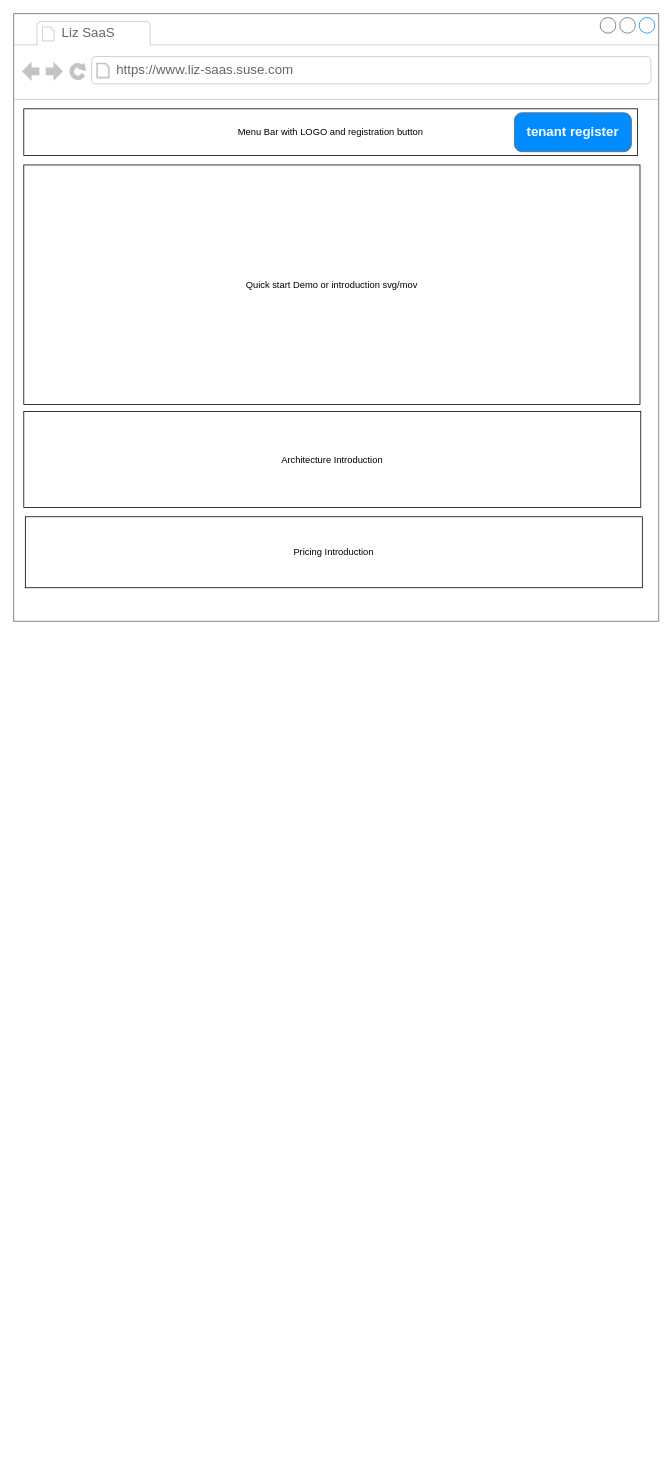
JacieChao/jacie-docs keeps this draw.io diagram as liz-ui.drawio. Above is the earlier version. Source tidied: cells renumbered, new cells numbered last; positions are measured from the earlier drawing's top-left corner, leaving out a move shared by most shapes. Both pictures are drawn from the tidied source at 78%, with x=0, y=0 at pixel (13, 13).
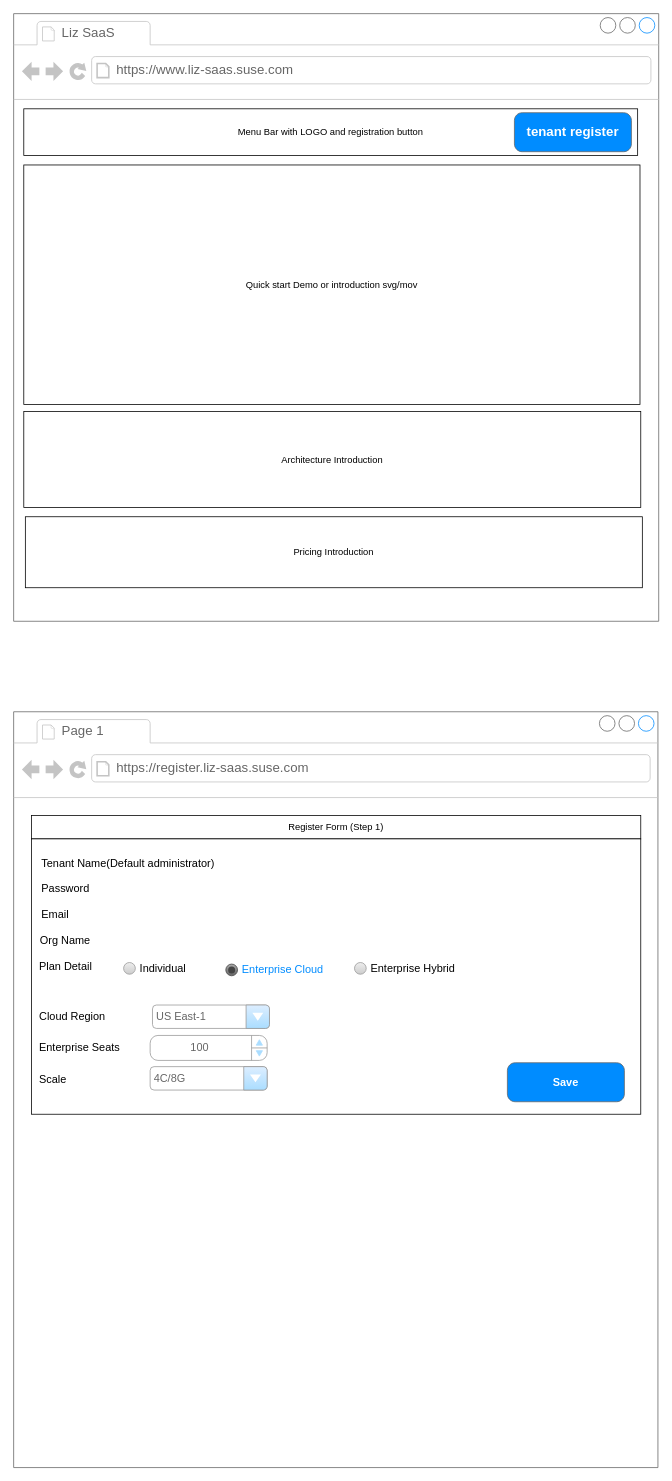
The same diagram, later.

The edit, as a diff of the source:
```diff
@@
+    <mxCell id="10" style="strokeWidth=1;shadow=0;dashed=0;align=center;html=1;shape=mxgraph.mockup.containers.browserWindow;rSize=0;strokeColor=#666666;strokeColor2=#008cff;strokeColor3=#c4c4c4;mainText=,;" parent="1" vertex="1">
+      <mxGeometry y="895" width="826" height="969" as="geometry" />
+    </mxCell>
+    <mxCell id="11" value="Page 1" style="strokeWidth=1;shadow=0;dashed=0;align=center;html=1;shape=mxgraph.mockup.containers.anchor;fontSize=17;fontColor=#666666;align=left;whiteSpace=wrap;" parent="10" vertex="1">
+      <mxGeometry x="60" y="12" width="110" height="26" as="geometry" />
+    </mxCell>
+    <mxCell id="12" value="https://register.liz-saas.suse.com" style="strokeWidth=1;shadow=0;dashed=0;align=center;html=1;shape=mxgraph.mockup.containers.anchor;rSize=0;fontSize=17;fontColor=#666666;align=left;" parent="10" vertex="1">
+      <mxGeometry x="130" y="60" width="250" height="26" as="geometry" />
+    </mxCell>
+    <mxCell id="13" style="group;" parent="10" vertex="1">
+      <mxGeometry x="23" y="133" width="781" height="383" as="geometry" />
+    </mxCell>
+    <mxCell id="14" value="Register Form (Step 1)" style="rounded=0;whiteSpace=wrap;html=1;" parent="13" vertex="1">
+      <mxGeometry width="781" height="30" as="geometry" />
+    </mxCell>
+    <mxCell id="15" style="rounded=0;whiteSpace=wrap;html=1;" parent="13" vertex="1">
+      <mxGeometry y="30" width="781" height="353" as="geometry" />
+    </mxCell>
+    <mxCell id="16" value="Tenant Name(Default administrator)" style="text;html=1;whiteSpace=wrap;strokeColor=none;fillColor=none;align=left;verticalAlign=middle;rounded=0;fontSize=14;" parent="13" vertex="1">
+      <mxGeometry x="11" y="47" width="242" height="30" as="geometry" />
+    </mxCell>
+    <mxCell id="17" value="Password" style="text;html=1;whiteSpace=wrap;strokeColor=none;fillColor=none;align=left;verticalAlign=middle;rounded=0;fontSize=14;" parent="13" vertex="1">
+      <mxGeometry x="11" y="79" width="242" height="30" as="geometry" />
+    </mxCell>
+    <mxCell id="18" value="Email" style="text;html=1;whiteSpace=wrap;strokeColor=none;fillColor=none;align=left;verticalAlign=middle;rounded=0;fontSize=14;" parent="13" vertex="1">
+      <mxGeometry x="11" y="112" width="242" height="30" as="geometry" />
+    </mxCell>
+    <mxCell id="19" value="Org Name" style="text;html=1;whiteSpace=wrap;strokeColor=none;fillColor=none;align=left;verticalAlign=middle;rounded=0;fontSize=14;" parent="13" vertex="1">
+      <mxGeometry x="9" y="145" width="242" height="30" as="geometry" />
+    </mxCell>
+    <mxCell id="20" value="Plan Detail" style="text;html=1;whiteSpace=wrap;strokeColor=none;fillColor=none;align=left;verticalAlign=middle;rounded=0;fontSize=14;" parent="13" vertex="1">
+      <mxGeometry x="8" y="178" width="242" height="30" as="geometry" />
+    </mxCell>
+    <mxCell id="21" value="Individual" style="text;strokeColor=none;align=left;verticalAlign=middle;spacingLeft=27;spacingRight=10;overflow=hidden;whiteSpace=wrap;html=1;fillColor=none;fontColor=inherit;fontSize=14;" parent="13" vertex="1">
+      <mxGeometry x="110" y="181" width="150" height="30" as="geometry" />
+    </mxCell>
+    <mxCell id="22" style="shape=ellipse;fillColor=#EEEEEE;strokeColor=#999999;gradientColor=#cccccc;html=1;" parent="21" vertex="1">
+      <mxGeometry y="0.5" width="15" height="15" relative="1" as="geometry">
+        <mxPoint x="8" y="-7.5" as="offset" />
+      </mxGeometry>
+    </mxCell>
+    <mxCell id="23" value="Enterprise Hybrid" style="text;strokeColor=none;align=left;verticalAlign=middle;spacingLeft=27;spacingRight=10;overflow=hidden;whiteSpace=wrap;html=1;fillColor=none;fontColor=inherit;fontSize=14;" parent="13" vertex="1">
+      <mxGeometry x="406" y="181" width="150" height="30" as="geometry" />
+    </mxCell>
+    <mxCell id="24" style="shape=ellipse;fillColor=#EEEEEE;strokeColor=#999999;gradientColor=#cccccc;html=1;" parent="23" vertex="1">
+      <mxGeometry y="0.5" width="15" height="15" relative="1" as="geometry">
+        <mxPoint x="8" y="-7.5" as="offset" />
+      </mxGeometry>
+    </mxCell>
+    <mxCell id="25" value="Enterprise Cloud" style="text;strokeColor=none;align=left;verticalAlign=middle;spacingLeft=27;spacingRight=10;overflow=hidden;whiteSpace=wrap;html=1;rSize=5;fillColor=none;fontColor=#008CFF;fontSize=14;" parent="13" vertex="1">
+      <mxGeometry x="241" y="183" width="150" height="30" as="geometry" />
+    </mxCell>
+    <mxCell id="26" style="shape=ellipse;fillColor=#AAAAAA;gradientColor=#666666;strokeColor=#444444;html=1;" parent="25" vertex="1">
+      <mxGeometry y="0.5" width="15" height="15" relative="1" as="geometry">
+        <mxPoint x="8" y="-7.5" as="offset" />
+      </mxGeometry>
+    </mxCell>
+    <mxCell id="27" style="shape=ellipse;fillColor=#444444;strokeColor=none;html=1;" parent="26" vertex="1">
+      <mxGeometry x="0.2" y="0.2" width="9" height="9" relative="1" as="geometry" />
+    </mxCell>
+    <mxCell id="28" value="Cloud Region" style="text;html=1;whiteSpace=wrap;strokeColor=none;fillColor=none;align=left;verticalAlign=middle;rounded=0;fontSize=14;" parent="13" vertex="1">
+      <mxGeometry x="8" y="243" width="242" height="30" as="geometry" />
+    </mxCell>
+    <mxCell id="29" value="Enterprise Seats" style="text;html=1;whiteSpace=wrap;strokeColor=none;fillColor=none;align=left;verticalAlign=middle;rounded=0;fontSize=14;" parent="13" vertex="1">
+      <mxGeometry x="8" y="283" width="242" height="30" as="geometry" />
+    </mxCell>
+    <mxCell id="30" value="Scale" style="text;html=1;whiteSpace=wrap;strokeColor=none;fillColor=none;align=left;verticalAlign=middle;rounded=0;fontSize=14;" parent="13" vertex="1">
+      <mxGeometry x="8" y="323" width="242" height="30" as="geometry" />
+    </mxCell>
+    <mxCell id="31" value="US East-1" style="strokeWidth=1;shadow=0;dashed=0;align=center;html=1;shape=mxgraph.mockup.forms.comboBox;strokeColor=#999999;fillColor=#ddeeff;align=left;fillColor2=#aaddff;mainText=;fontColor=#666666;fontSize=14;spacingLeft=3;" parent="13" vertex="1">
+      <mxGeometry x="155" y="243" width="150" height="30" as="geometry" />
+    </mxCell>
+    <mxCell id="32" value="&lt;table cellpadding=&quot;0&quot; cellspacing=&quot;0&quot; style=&quot;width:100%;height:100%;&quot;&gt;&lt;tbody&gt;&lt;tr&gt;&lt;td style=&quot;width:85%&quot;&gt;100&lt;/td&gt;&lt;td style=&quot;width:15%&quot;&gt;&lt;/td&gt;&lt;/tr&gt;&lt;/tbody&gt;&lt;/table&gt;" style="strokeWidth=1;shadow=0;dashed=0;align=center;html=1;shape=mxgraph.mockup.forms.spinner;strokeColor=#999999;spinLayout=right;spinStyle=normal;adjStyle=triangle;fillColor=#aaddff;fontSize=14;fontColor=#666666;mainText=;html=1;overflow=fill;" parent="13" vertex="1">
+      <mxGeometry x="152" y="282" width="150" height="32" as="geometry" />
+    </mxCell>
+    <mxCell id="33" value="4C/8G" style="strokeWidth=1;shadow=0;dashed=0;align=center;html=1;shape=mxgraph.mockup.forms.comboBox;strokeColor=#999999;fillColor=#ddeeff;align=left;fillColor2=#aaddff;mainText=;fontColor=#666666;fontSize=14;spacingLeft=3;" parent="13" vertex="1">
+      <mxGeometry x="152" y="322" width="150" height="30" as="geometry" />
+    </mxCell>
+    <mxCell id="34" value="Save" style="strokeWidth=1;shadow=0;dashed=0;align=center;html=1;shape=mxgraph.mockup.buttons.button;strokeColor=#666666;fontColor=#ffffff;mainText=;buttonStyle=round;fontSize=14;fontStyle=1;fillColor=#008cff;whiteSpace=wrap;" parent="13" vertex="1">
+      <mxGeometry x="610" y="317" width="150" height="50" as="geometry" />
+    </mxCell>
```
